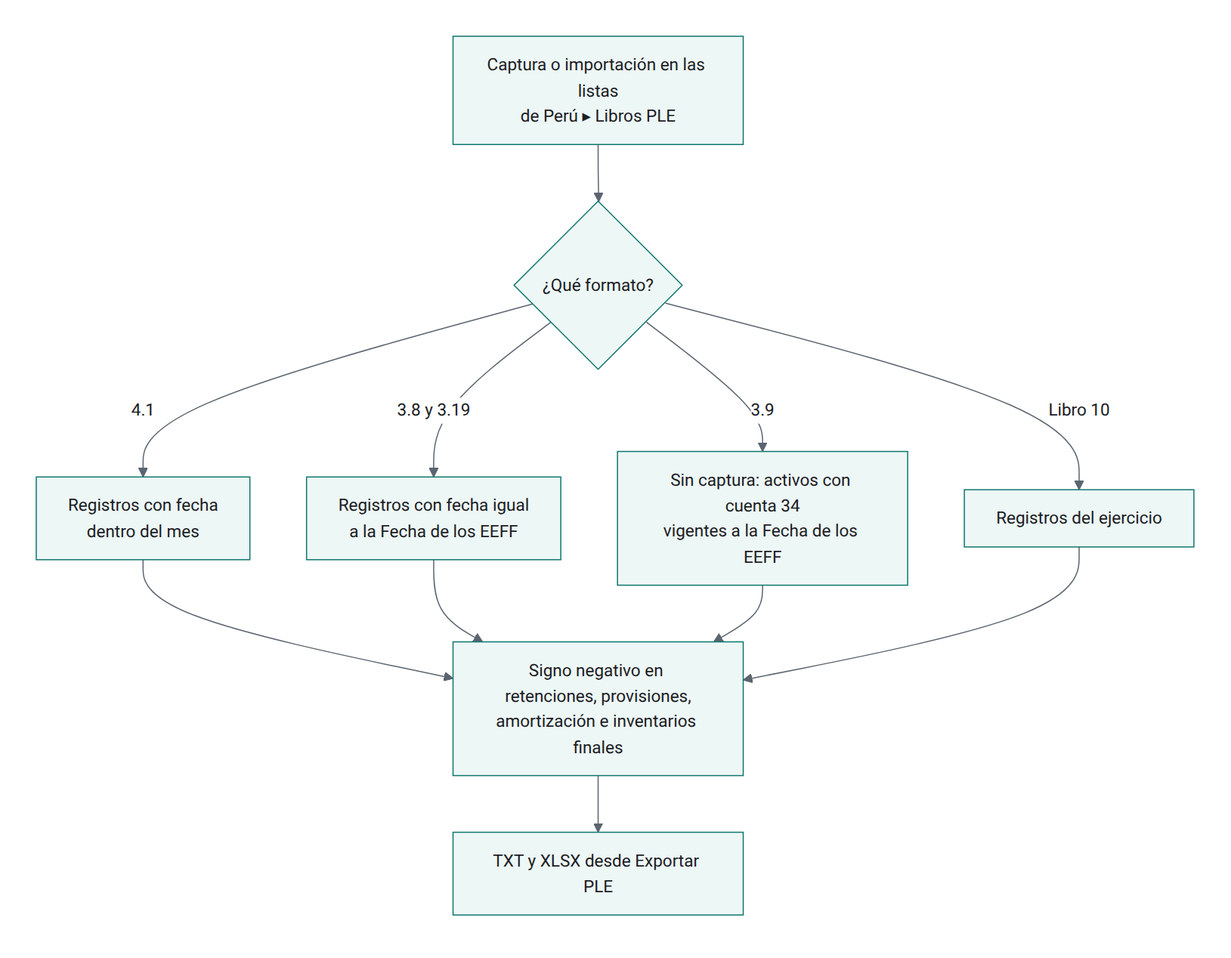
Before: OL-ACCOUNTING/al_l10n_pe_ple/static/description/diagramas/capturas.png, a diagram exported from Mermaid (olanoit/ol_new_apps). Its source is kept beside it as OL-ACCOUNTING/al_l10n_pe_ple/static/description/diagramas/capturas.mmd. Its diagram source:
```mermaid
flowchart TD
  A[Captura o importación en las listas<br/>de Perú ▸ Libros PLE] --> B{¿Qué formato?}
  B -- "4.1" --> C[Registros con fecha<br/>dentro del mes]
  B -- "3.8 y 3.19" --> D[Registros con fecha igual<br/>a la Fecha de los EEFF]
  B -- "3.9" --> E[Sin captura: activos con cuenta 34<br/>vigentes a la Fecha de los EEFF]
  B -- "Libro 10" --> F[Registros del ejercicio]
  C --> G[Signo negativo en retenciones, provisiones,<br/>amortización e inventarios finales]
  D --> G
  E --> G
  F --> G
  G --> H[TXT y XLSX desde Exportar PLE]
```
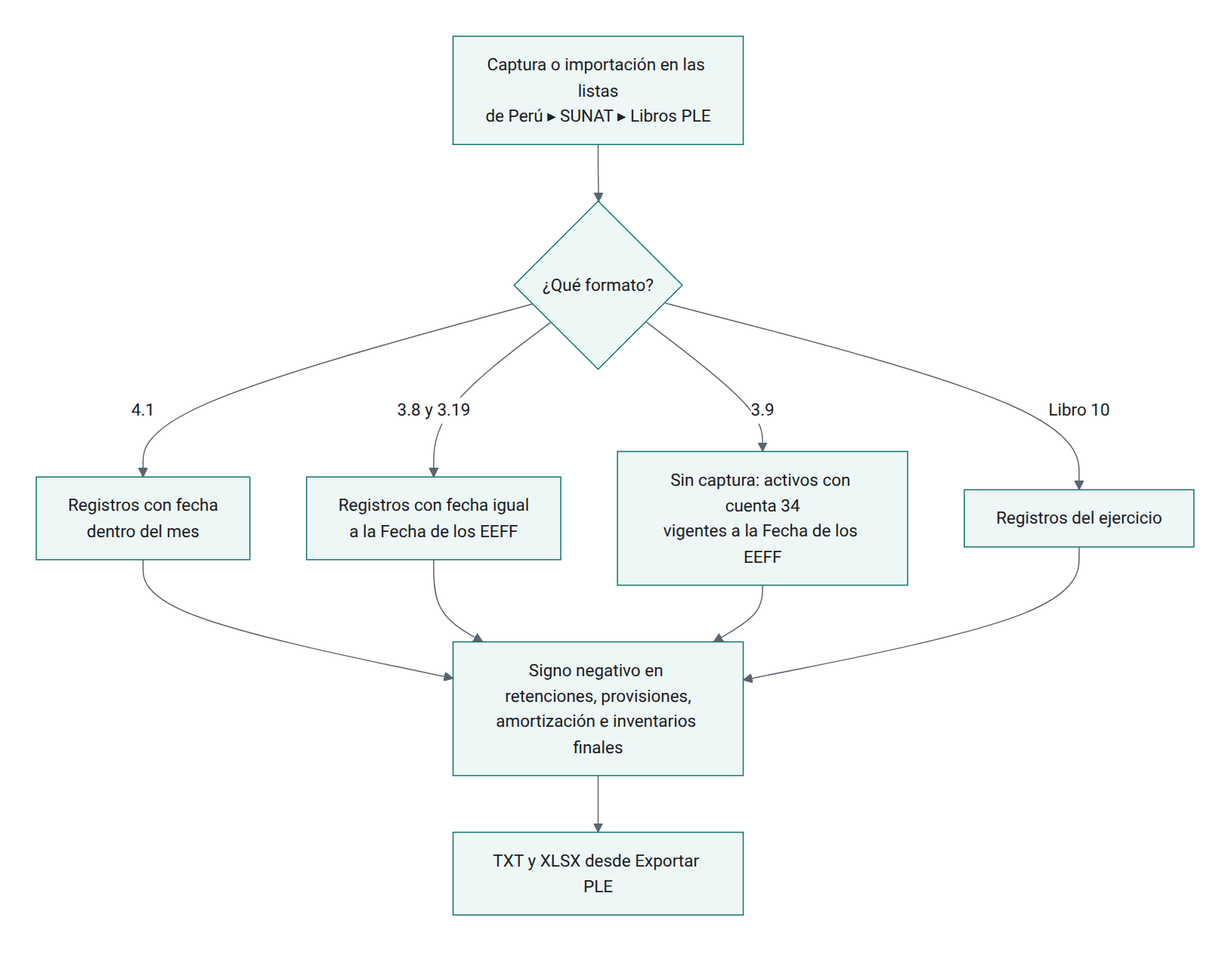
Later version of the same file.

The edit, as a diff of the source:
```diff
@@ -1,5 +1,5 @@
 flowchart TD
-  A[Captura o importación en las listas<br/>de Perú ▸ Libros PLE] --> B{¿Qué formato?}
+  A[Captura o importación en las listas<br/>de Perú ▸ SUNAT ▸ Libros PLE] --> B{¿Qué formato?}
   B -- "4.1" --> C[Registros con fecha<br/>dentro del mes]
   B -- "3.8 y 3.19" --> D[Registros con fecha igual<br/>a la Fecha de los EEFF]
   B -- "3.9" --> E[Sin captura: activos con cuenta 34<br/>vigentes a la Fecha de los EEFF]
```
